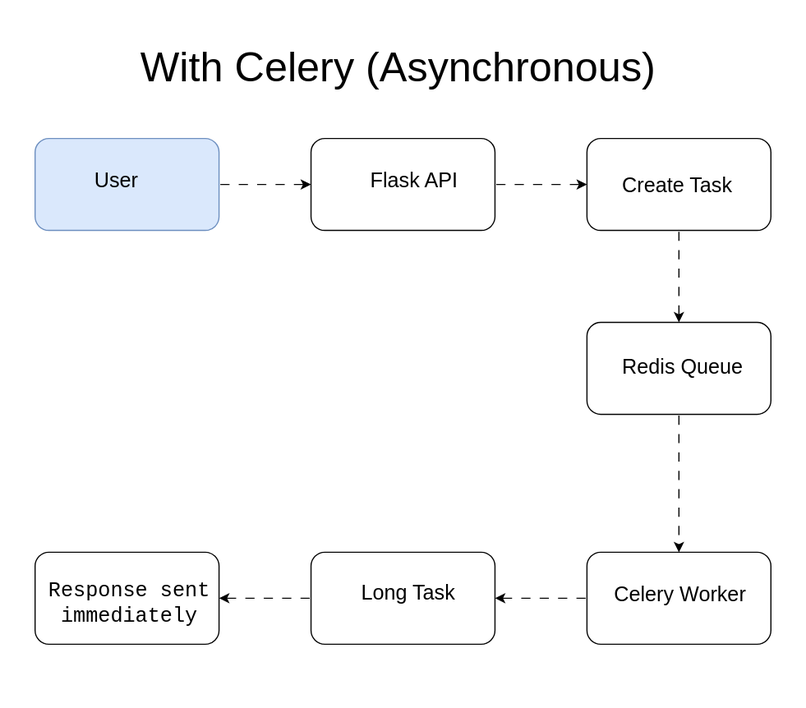
Earlier version of the draw.io export Lab/Lab_1/image/With Celery (Asynchronous).drawio.svg (iftakhar-323/lab). Source tidied: cells renumbered, new cells last; positions are measured from the earlier drawing's top-left corner, leaving out a move shared by most shapes.
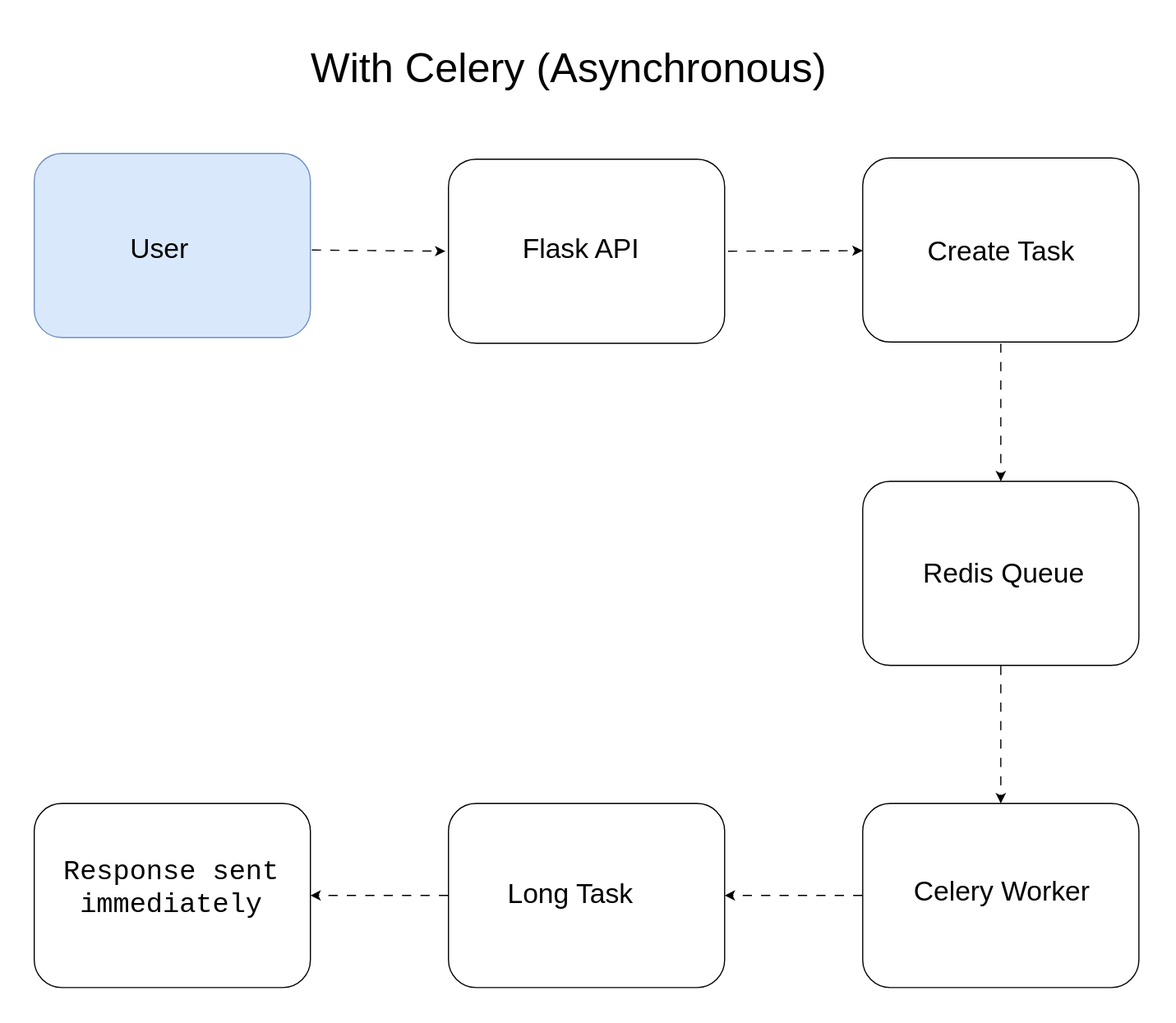
After the change.

The edit, as a diff of the source:
```diff
@@ -3,79 +3,74 @@
     <mxCell id="0" />
     <mxCell id="1" parent="0" />
     <mxCell id="2" value="&lt;font style=&quot;font-size: 36px;&quot;&gt;With Celery (Asynchronous)&lt;/font&gt;" style="text;whiteSpace=wrap;html=1;" parent="1" vertex="1">
-      <mxGeometry x="90" width="520" height="40" as="geometry" />
+      <mxGeometry x="239" y="-98" width="520" height="40" as="geometry" />
     </mxCell>
-    <mxCell id="3" style="rounded=1;whiteSpace=wrap;html=1;fillColor=light-dark(#dae8fc, #64e8c7);strokeColor=#6c8ebf;" parent="1" vertex="1">
-      <mxGeometry y="90" width="160" height="80" as="geometry" />
-    </mxCell>
-    <mxCell id="4" style="rounded=1;whiteSpace=wrap;html=1;fillColor=light-dark(#FFFFFF,#FFCC99);" parent="1" vertex="1">
-      <mxGeometry x="480" y="250" width="160" height="80" as="geometry" />
-    </mxCell>
-    <mxCell id="5" style="rounded=1;whiteSpace=wrap;html=1;fillColor=light-dark(#FFFFFF,#FF66FF);" parent="1" vertex="1">
-      <mxGeometry x="240" y="90" width="160" height="80" as="geometry" />
-    </mxCell>
-    <mxCell id="6" style="rounded=1;whiteSpace=wrap;html=1;fillColor=light-dark(#FFFFFF,#C3ABD0);" parent="1" vertex="1">
-      <mxGeometry x="480" y="90" width="160" height="80" as="geometry" />
-    </mxCell>
-    <mxCell id="7" style="rounded=1;whiteSpace=wrap;html=1;fillColor=light-dark(#FFFFFF,#FF9999);" parent="1" vertex="1">
-      <mxGeometry y="450" width="160" height="80" as="geometry" />
-    </mxCell>
-    <mxCell id="8" style="rounded=1;whiteSpace=wrap;html=1;fillColor=light-dark(#FFFFFF,#9999FF);" parent="1" vertex="1">
-      <mxGeometry x="480" y="450" width="160" height="80" as="geometry" />
-    </mxCell>
-    <mxCell id="9" style="rounded=1;whiteSpace=wrap;html=1;fillColor=light-dark(#FFFFFF,#FF99CC);" parent="1" vertex="1">
-      <mxGeometry x="240" y="450" width="160" height="80" as="geometry" />
-    </mxCell>
+    <mxCell id="23" style="rounded=1;whiteSpace=wrap;html=1;fillColor=light-dark(#DAE8FC,#FFCCE6);strokeColor=#6c8ebf;" parent="1" vertex="1">
+      <mxGeometry y="5" width="240" height="160" as="geometry" />
+    </mxCell>
+    <mxCell id="24" style="rounded=1;whiteSpace=wrap;html=1;fillColor=light-dark(#FFFFFF,#FFCCE6);" parent="1" vertex="1">
+      <mxGeometry x="720" y="290" width="240" height="160" as="geometry" />
+    </mxCell>
+    <mxCell id="25" style="rounded=1;whiteSpace=wrap;html=1;fillColor=light-dark(#FFFFFF,#FFCCE6);" parent="1" vertex="1">
+      <mxGeometry x="360" y="10" width="240" height="160" as="geometry" />
+    </mxCell>
+    <mxCell id="26" style="rounded=1;whiteSpace=wrap;html=1;fillColor=light-dark(#FFFFFF,#FFCCE6);" parent="1" vertex="1">
+      <mxGeometry x="720" y="9" width="240" height="160" as="geometry" />
+    </mxCell>
+    <mxCell id="27" style="rounded=1;whiteSpace=wrap;html=1;fillColor=light-dark(#FFFFFF,#FFCCE6);" parent="1" vertex="1">
+      <mxGeometry y="570" width="240" height="160" as="geometry" />
+    </mxCell>
+    <mxCell id="28" style="rounded=1;whiteSpace=wrap;html=1;fillColor=light-dark(#FFFFFF,#FFCCE6);" parent="1" vertex="1">
+      <mxGeometry x="720" y="570" width="240" height="160" as="geometry" />
+    </mxCell>
+    <mxCell id="29" style="rounded=1;whiteSpace=wrap;html=1;fillColor=light-dark(#FFFFFF,#FFCCE6);" parent="1" vertex="1">
+      <mxGeometry x="360" y="570" width="240" height="160" as="geometry" />
+    </mxCell>
-    <mxCell id="10" value="&lt;font style=&quot;font-size: 18px;&quot;&gt;User&lt;/font&gt;" style="text;whiteSpace=wrap;html=1;" parent="1" vertex="1">
-      <mxGeometry x="50" y="110" width="60" height="40" as="geometry" />
+    <mxCell id="10" value="&lt;font style=&quot;font-size: 24px; color: light-dark(rgb(0, 0, 0), rgb(0, 0, 0));&quot;&gt;User&lt;/font&gt;" style="text;whiteSpace=wrap;html=1;" parent="1" vertex="1">
+      <mxGeometry x="82" y="67" width="60" height="40" as="geometry" />
     </mxCell>
-    <mxCell id="11" value="&lt;font style=&quot;font-size: 18px;&quot;&gt;Flask API&lt;/font&gt;" style="text;whiteSpace=wrap;html=1;" parent="1" vertex="1">
-      <mxGeometry x="290" y="110" width="80" height="40" as="geometry" />
+    <mxCell id="11" value="&lt;font style=&quot;font-size: 24px; color: light-dark(rgb(0, 0, 0), rgb(0, 0, 0));&quot;&gt;Flask API&lt;/font&gt;" style="text;whiteSpace=wrap;html=1;" parent="1" vertex="1">
+      <mxGeometry x="423" y="67" width="115" height="40" as="geometry" />
     </mxCell>
-    <mxCell id="12" value="&lt;font style=&quot;font-size: 18px;&quot;&gt;Create Task&lt;/font&gt;" style="text;whiteSpace=wrap;html=1;" parent="1" vertex="1">
-      <mxGeometry x="509" y="114" width="100" height="40" as="geometry" />
+    <mxCell id="12" value="&lt;font style=&quot;font-size: 24px; color: light-dark(rgb(0, 0, 0), rgb(0, 0, 0));&quot;&gt;Create Task&lt;/font&gt;" style="text;whiteSpace=wrap;html=1;" parent="1" vertex="1">
+      <mxGeometry x="775" y="69" width="130" height="40" as="geometry" />
     </mxCell>
-    <mxCell id="13" value="&lt;font style=&quot;font-size: 18px;&quot;&gt;Redis Queue&lt;/font&gt;" style="text;whiteSpace=wrap;html=1;" parent="1" vertex="1">
-      <mxGeometry x="509" y="272" width="120" height="40" as="geometry" />
+    <mxCell id="13" value="&lt;font style=&quot;font-size: 24px; color: light-dark(rgb(0, 0, 0), rgb(0, 0, 0));&quot;&gt;Redis Queue&lt;/font&gt;" style="text;whiteSpace=wrap;html=1;" parent="1" vertex="1">
+      <mxGeometry x="771" y="349" width="160" height="40" as="geometry" />
     </mxCell>
-    <mxCell id="14" value="&lt;font style=&quot;font-size: 18px;&quot;&gt;Celery Worker&lt;/font&gt;" style="text;whiteSpace=wrap;html=1;" parent="1" vertex="1">
-      <mxGeometry x="502" y="470" width="135" height="40" as="geometry" />
+    <mxCell id="14" value="&lt;font style=&quot;font-size: 24px; color: light-dark(rgb(0, 0, 0), rgb(0, 0, 0));&quot;&gt;Celery Worker&lt;/font&gt;" style="text;whiteSpace=wrap;html=1;" parent="1" vertex="1">
+      <mxGeometry x="763" y="626" width="165" height="40" as="geometry" />
     </mxCell>
-    <mxCell id="15" value="&lt;font style=&quot;font-size: 18px;&quot;&gt;Long Task&lt;/font&gt;" style="text;whiteSpace=wrap;html=1;" parent="1" vertex="1">
-      <mxGeometry x="282" y="469" width="90" height="40" as="geometry" />
+    <mxCell id="15" value="&lt;font style=&quot;font-size: 24px; color: light-dark(rgb(0, 0, 0), rgb(0, 0, 0));&quot;&gt;Long Task&lt;/font&gt;" style="text;whiteSpace=wrap;html=1;" parent="1" vertex="1">
+      <mxGeometry x="410" y="628" width="130" height="40" as="geometry" />
     </mxCell>
-    <mxCell id="16" value="&lt;pre class=&quot;overflow-visible! px-0!&quot;&gt;&lt;div class=&quot;relative w-full mt-4 mb-1&quot;&gt;&lt;div class=&quot;&quot;&gt;&lt;div class=&quot;contents&quot;&gt;&lt;div class=&quot;relative&quot;&gt;&lt;div class=&quot;h-full min-h-0 min-w-0&quot;&gt;&lt;div class=&quot;h-full min-h-0 min-w-0&quot;&gt;&lt;div class=&quot;border border-token-border-light border-radius-3xl corner-superellipse/1.1 rounded-3xl&quot;&gt;&lt;div class=&quot;h-full w-full border-radius-3xl bg-(--code-block-surface) corner-superellipse/1.1 overflow-clip rounded-3xl [--code-block-surface:var(--bg-elevated-secondary)] dark:[--code-block-surface:var(--composer-surface-primary)] lxnfua_clipPathFallback&quot;&gt;&lt;div class=&quot;relative&quot;&gt;&lt;div class=&quot;pe-11 pt-3&quot;&gt;&lt;div class=&quot;relative z-0 flex max-w-full&quot;&gt;&lt;div id=&quot;code-block-viewer&quot; dir=&quot;ltr&quot; class=&quot;q9tKkq_viewer cm-editor z-10 light:cm-light dark:cm-light flex h-full w-full flex-col items-stretch ͼs ͼ16&quot;&gt;&lt;div class=&quot;cm-scroller&quot;&gt;&lt;pre class=&quot;cm-content q9tKkq_readonly m-0 PDq2pG_selectionAnchorContainer&quot;&gt;&lt;font style=&quot;font-size: 18px;&quot;&gt;&lt;code&gt;&lt;span&gt;Response sent&lt;br&gt; immediately&lt;/span&gt;&lt;/code&gt;&lt;span aria-hidden=&quot;true&quot; class=&quot;PDq2pG_selectionAnchor&quot;&gt;&lt;/span&gt;&lt;/font&gt;&lt;/pre&gt;&lt;/div&gt;&lt;/div&gt;&lt;/div&gt;&lt;/div&gt;&lt;/div&gt;&lt;/div&gt;&lt;/div&gt;&lt;/div&gt;&lt;/div&gt;&lt;div class=&quot;&quot;&gt;&lt;div class=&quot;&quot;&gt;&lt;/div&gt;&lt;/div&gt;&lt;/div&gt;&lt;/div&gt;&lt;/div&gt;&lt;/div&gt;&lt;/pre&gt;&lt;br&gt;&lt;p&gt;&lt;/p&gt;" style="text;whiteSpace=wrap;html=1;" parent="1" vertex="1">
-      <mxGeometry x="10" y="455" width="120" height="90" as="geometry" />
+    <mxCell id="16" value="&lt;pre class=&quot;overflow-visible! px-0!&quot;&gt;&lt;div class=&quot;relative w-full mt-4 mb-1&quot;&gt;&lt;div class=&quot;&quot;&gt;&lt;div class=&quot;contents&quot;&gt;&lt;div class=&quot;relative&quot;&gt;&lt;div class=&quot;h-full min-h-0 min-w-0&quot;&gt;&lt;div class=&quot;h-full min-h-0 min-w-0&quot;&gt;&lt;div class=&quot;border border-token-border-light border-radius-3xl corner-superellipse/1.1 rounded-3xl&quot;&gt;&lt;div class=&quot;h-full w-full border-radius-3xl bg-(--code-block-surface) corner-superellipse/1.1 overflow-clip rounded-3xl [--code-block-surface:var(--bg-elevated-secondary)] dark:[--code-block-surface:var(--composer-surface-primary)] lxnfua_clipPathFallback&quot;&gt;&lt;div class=&quot;relative&quot;&gt;&lt;div class=&quot;pe-11 pt-3&quot;&gt;&lt;div class=&quot;relative z-0 flex max-w-full&quot;&gt;&lt;div id=&quot;code-block-viewer&quot; dir=&quot;ltr&quot; class=&quot;q9tKkq_viewer cm-editor z-10 light:cm-light dark:cm-light flex h-full w-full flex-col items-stretch ͼs ͼ16&quot;&gt;&lt;div class=&quot;cm-scroller&quot;&gt;&lt;pre class=&quot;cm-content q9tKkq_readonly m-0 PDq2pG_selectionAnchorContainer&quot;&gt;&lt;font style=&quot;color: light-dark(rgb(0, 0, 0), rgb(0, 0, 0)); font-size: 24px;&quot;&gt;&lt;code style=&quot;&quot;&gt;Response sent&lt;br&gt; immediately&lt;/code&gt;&lt;span aria-hidden=&quot;true&quot; class=&quot;PDq2pG_selectionAnchor&quot; style=&quot;&quot;&gt;&lt;/span&gt;&lt;/font&gt;&lt;/pre&gt;&lt;/div&gt;&lt;/div&gt;&lt;/div&gt;&lt;/div&gt;&lt;/div&gt;&lt;/div&gt;&lt;/div&gt;&lt;/div&gt;&lt;/div&gt;&lt;div class=&quot;&quot;&gt;&lt;div class=&quot;&quot;&gt;&lt;/div&gt;&lt;/div&gt;&lt;/div&gt;&lt;/div&gt;&lt;/div&gt;&lt;/div&gt;&lt;/pre&gt;&lt;br&gt;&lt;p&gt;&lt;/p&gt;" style="text;whiteSpace=wrap;html=1;" parent="1" vertex="1">
+      <mxGeometry x="24" y="597" width="120" height="90" as="geometry" />
     </mxCell>
-    <mxCell id="17" style="endArrow=classic;html=1;rounded=0;entryX=0;entryY=0.5;entryDx=0;entryDy=0;flowAnimation=1;" parent="1" edge="1" target="5">
-      <mxGeometry relative="1" as="geometry">
-        <mxPoint x="160" y="130" as="sourcePoint" />
-      </mxGeometry>
-    </mxCell>
-    <mxCell id="18" style="endArrow=classic;html=1;rounded=0;entryX=0;entryY=0.5;entryDx=0;entryDy=0;flowAnimation=1;" parent="1" edge="1" target="6">
-      <mxGeometry relative="1" as="geometry">
-        <mxPoint x="400" y="130" as="sourcePoint" />
-      </mxGeometry>
-    </mxCell>
-    <mxCell id="19" style="endArrow=classic;html=1;rounded=0;entryX=0.5;entryY=0;entryDx=0;entryDy=0;flowAnimation=1;" parent="1" edge="1" target="4">
-      <mxGeometry relative="1" as="geometry">
-        <mxPoint x="560" y="170" as="sourcePoint" />
-      </mxGeometry>
-    </mxCell>
-    <mxCell id="20" style="endArrow=classic;html=1;rounded=0;entryX=0.5;entryY=0;entryDx=0;entryDy=0;flowAnimation=1;" parent="1" edge="1" target="8">
-      <mxGeometry relative="1" as="geometry">
-        <mxPoint x="560" y="330" as="sourcePoint" />
-      </mxGeometry>
-    </mxCell>
-    <mxCell id="21" style="endArrow=classic;html=1;rounded=0;entryX=1;entryY=0.5;entryDx=0;entryDy=0;flowAnimation=1;" parent="1" edge="1" target="9">
-      <mxGeometry relative="1" as="geometry">
-        <mxPoint x="480" y="490" as="sourcePoint" />
-      </mxGeometry>
-    </mxCell>
-    <mxCell id="22" style="endArrow=classic;html=1;rounded=0;flowAnimation=1;" parent="1" edge="1" target="7">
-      <mxGeometry relative="1" as="geometry">
-        <mxPoint x="240" y="490" as="sourcePoint" />
-      </mxGeometry>
-    </mxCell>
+    <mxCell id="30" style="endArrow=classic;html=1;rounded=0;flowAnimation=1;exitX=1.004;exitY=0.525;exitDx=0;exitDy=0;exitPerimeter=0;" parent="1" edge="1" source="23">
+      <mxGeometry relative="1" as="geometry">
+        <mxPoint x="357.4" y="90" as="targetPoint" />
+      </mxGeometry>
+    </mxCell>
+    <mxCell id="31" style="endArrow=classic;html=1;rounded=0;flowAnimation=1;" parent="1" edge="1">
+      <mxGeometry relative="1" as="geometry">
+        <mxPoint x="602.6" y="90" as="sourcePoint" />
+        <mxPoint x="720" y="89.6" as="targetPoint" />
+      </mxGeometry>
+    </mxCell>
+    <mxCell id="32" style="endArrow=classic;html=1;rounded=0;entryX=0.5;entryY=0;entryDx=0;entryDy=0;flowAnimation=1;" parent="1" edge="1" target="24">
+      <mxGeometry relative="1" as="geometry">
+        <mxPoint x="840" y="170" as="sourcePoint" />
+      </mxGeometry>
+    </mxCell>
+    <mxCell id="33" style="endArrow=classic;html=1;rounded=0;entryX=0.5;entryY=0;entryDx=0;entryDy=0;flowAnimation=1;exitX=0.5;exitY=1;exitDx=0;exitDy=0;" parent="1" edge="1" source="24" target="28">
+      <mxGeometry relative="1" as="geometry" />
+    </mxCell>
+    <mxCell id="34" style="endArrow=classic;html=1;rounded=0;entryX=1;entryY=0.5;entryDx=0;entryDy=0;flowAnimation=1;exitX=0;exitY=0.5;exitDx=0;exitDy=0;" parent="1" edge="1" source="28" target="29">
+      <mxGeometry relative="1" as="geometry" />
+    </mxCell>
+    <mxCell id="35" style="endArrow=classic;html=1;rounded=0;flowAnimation=1;exitX=0;exitY=0.5;exitDx=0;exitDy=0;entryX=1;entryY=0.5;entryDx=0;entryDy=0;" parent="1" edge="1" source="29" target="27">
+      <mxGeometry relative="1" as="geometry" />
+    </mxCell>
   </root>
 </mxGraphModel>
```
